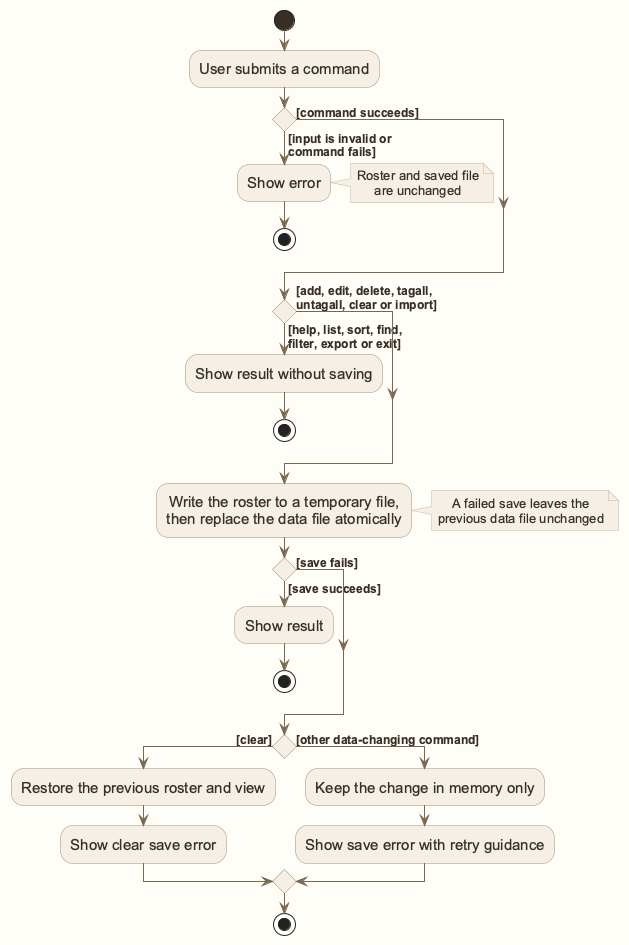
Before: docs/images/AutomaticSavingData.png, a diagram exported from PlantUML (AY2627S1-CS2103T-W12-1/tp).
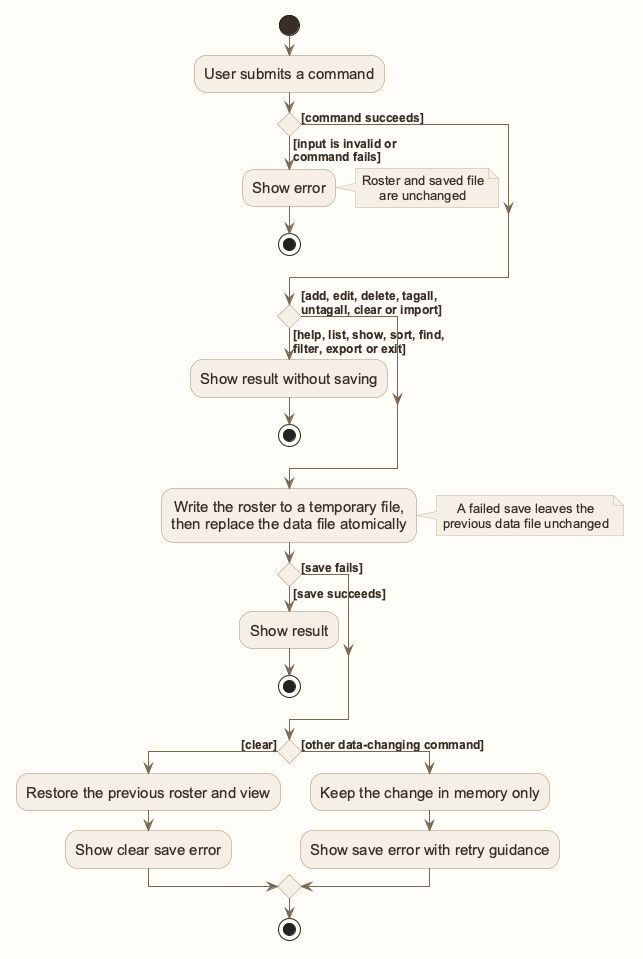
After the change.

Commit message:
Update DG UML for UI, filters, and show

Diff of the diagram source:
```diff
@@ -19,7 +19,7 @@
 else ([command succeeds])
 endif
 
-if () then ([help, list, sort, find,
+if () then ([help, list, show, sort, find,
 filter, export or exit])
     :Show result without saving;
     stop
```
